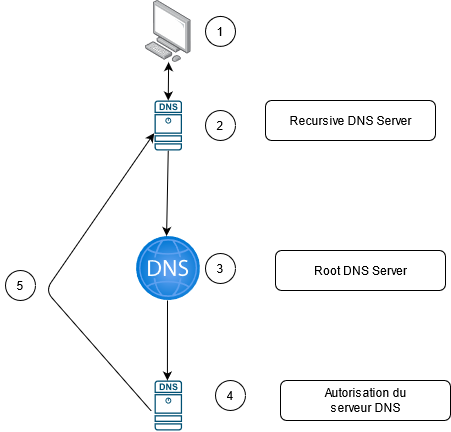
The draw.io diagram Images/What happens whan you make a dNS request.drawio.png in Akasaru0/akasaru0.github.io, before a commit. Source tidied: cells renumbered, new cells last; positions are measured from the earlier drawing's top-left corner, leaving out a move shared by most shapes.
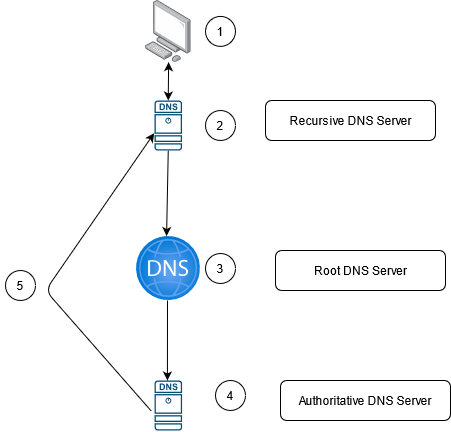
The same file after the commit.

The edit, as a diff of the source:
```diff
@@ -87,8 +87,8 @@
     <mxCell id="27" style="rounded=1;whiteSpace=wrap;html=1;" parent="26" vertex="1">
       <mxGeometry width="170" height="40" as="geometry" />
     </mxCell>
-    <mxCell id="28" value="Autorisation du serveur DNS" style="text;html=1;strokeColor=none;fillColor=none;align=center;verticalAlign=middle;whiteSpace=wrap;rounded=0;" parent="26" vertex="1">
-      <mxGeometry x="22.5" y="10" width="125" height="20" as="geometry" />
+    <mxCell id="28" value="Authoritative DNS Server" style="text;html=1;strokeColor=none;fillColor=none;align=center;verticalAlign=middle;whiteSpace=wrap;rounded=0;" parent="26" vertex="1">
+      <mxGeometry x="11" y="10" width="147.5" height="20" as="geometry" />
     </mxCell>
   </root>
 </mxGraphModel>
```
